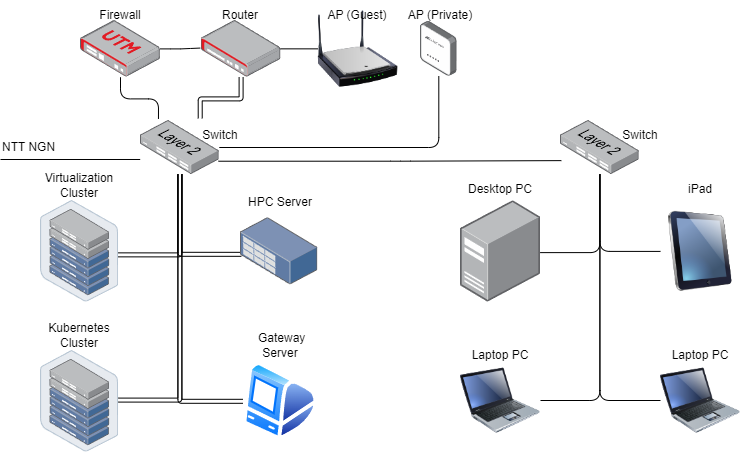
dodolia907/Infra keeps this draw.io diagram as network/design/physical.drawio.png. Above is the earlier version. Source tidied: cells renumbered, new cells last; positions are measured from the earlier drawing's top-left corner, leaving out a move shared by most shapes.
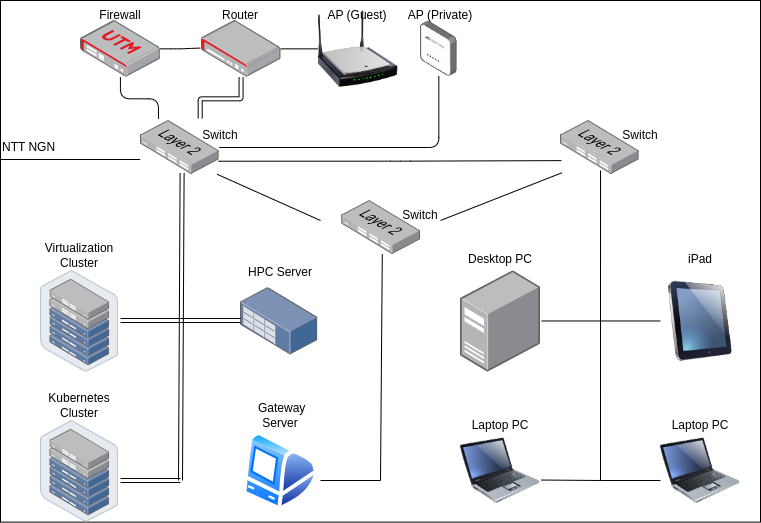
The same file after the commit.

What changed in the source:
```diff
@@ -2,11 +2,14 @@
   <root>
     <mxCell id="0" />
     <mxCell id="1" parent="0" />
+    <mxCell id="46" style="rounded=0;whiteSpace=wrap;html=1;" parent="1" vertex="1">
+      <mxGeometry y="-70" width="760" height="521.6" as="geometry" />
+    </mxCell>
     <mxCell id="2" style="edgeStyle=orthogonalEdgeStyle;html=1;shape=link;entryX=0.758;entryY=-0.04;entryDx=0;entryDy=0;entryPerimeter=0;" parent="1" edge="1" source="3" target="14">
       <mxGeometry relative="1" as="geometry" />
     </mxCell>
     <mxCell id="3" style="points=[];html=1;align=center;shadow=0;dashed=0;image;image=img/lib/allied_telesis/security/Router_VPN.svg;" parent="1" vertex="1">
-      <mxGeometry x="200.6" y="20" width="79.9" height="56.7" as="geometry" />
+      <mxGeometry x="200.6" y="-50" width="79.9" height="56.7" as="geometry" />
     </mxCell>
     <mxCell id="4" style="edgeStyle=orthogonalEdgeStyle;html=1;entryX=0.228;entryY=-0.029;entryDx=0;entryDy=0;entryPerimeter=0;endArrow=none;endFill=0;" parent="1" edge="1" source="6" target="14">
       <mxGeometry relative="1" as="geometry" />
@@ -15,7 +18,7 @@
       <mxGeometry relative="1" as="geometry" />
     </mxCell>
     <mxCell id="6" style="points=[];html=1;align=center;shadow=0;dashed=0;image;image=img/lib/allied_telesis/security/Router_UTM.svg;" parent="1" vertex="1">
-      <mxGeometry x="80" y="20" width="79.9" height="56.7" as="geometry" />
+      <mxGeometry x="80" y="-50" width="79.9" height="56.7" as="geometry" />
     </mxCell>
     <mxCell id="7" style="edgeStyle=orthogonalEdgeStyle;html=1;startArrow=none;startFill=0;endArrow=none;endFill=0;exitX=0.994;exitY=0.5;exitDx=0;exitDy=0;exitPerimeter=0;" parent="1" edge="1" source="3" target="19">
       <mxGeometry relative="1" as="geometry" />
@@ -26,104 +29,47 @@
     <mxCell id="9" style="edgeStyle=orthogonalEdgeStyle;html=1;entryX=0.011;entryY=0.743;entryDx=0;entryDy=0;entryPerimeter=0;startArrow=none;startFill=0;endArrow=none;endFill=0;exitX=0.99;exitY=0.754;exitDx=0;exitDy=0;exitPerimeter=0;" parent="1" edge="1" source="14" target="28">
       <mxGeometry relative="1" as="geometry">
         <Array as="points">
-          <mxPoint x="400" y="161" />
+          <mxPoint x="400" y="91" />
         </Array>
       </mxGeometry>
     </mxCell>
-    <mxCell id="10" style="edgeStyle=orthogonalEdgeStyle;html=1;entryX=0.991;entryY=0.535;entryDx=0;entryDy=0;entryPerimeter=0;startArrow=none;startFill=0;endArrow=none;endFill=0;shape=link;" parent="1" edge="1" source="14" target="30">
-      <mxGeometry relative="1" as="geometry">
-        <Array as="points">
-          <mxPoint x="179" y="254" />
-          <mxPoint x="117" y="254" />
-        </Array>
-      </mxGeometry>
-    </mxCell>
-    <mxCell id="11" style="edgeStyle=orthogonalEdgeStyle;shape=link;html=1;entryX=0.997;entryY=0.488;entryDx=0;entryDy=0;entryPerimeter=0;startArrow=none;startFill=0;endArrow=none;endFill=0;" parent="1" edge="1" source="14" target="32">
-      <mxGeometry relative="1" as="geometry">
-        <Array as="points">
-          <mxPoint x="179" y="400" />
-        </Array>
-      </mxGeometry>
-    </mxCell>
-    <mxCell id="12" style="edgeStyle=orthogonalEdgeStyle;shape=link;html=1;startArrow=none;startFill=0;endArrow=none;endFill=0;entryX=0.011;entryY=0.545;entryDx=0;entryDy=0;entryPerimeter=0;" parent="1" edge="1" source="14" target="34">
-      <mxGeometry relative="1" as="geometry">
-        <Array as="points">
-          <mxPoint x="179" y="254" />
-        </Array>
-      </mxGeometry>
-    </mxCell>
-    <mxCell id="13" style="edgeStyle=orthogonalEdgeStyle;shape=link;html=1;entryX=0;entryY=0.5;entryDx=0;entryDy=0;startArrow=none;startFill=0;endArrow=none;endFill=0;" parent="1" edge="1" source="14" target="36">
-      <mxGeometry relative="1" as="geometry">
-        <Array as="points">
-          <mxPoint x="179" y="401" />
-        </Array>
-      </mxGeometry>
-    </mxCell>
     <mxCell id="14" style="points=[];html=1;align=center;shadow=0;dashed=0;image;image=img/lib/allied_telesis/switch/Switch_24_port_L2.svg;" parent="1" vertex="1">
-      <mxGeometry x="140" y="120" width="78.8" height="54" as="geometry" />
+      <mxGeometry x="140" y="50" width="78.8" height="54" as="geometry" />
     </mxCell>
     <mxCell id="15" value="Firewall" style="text;html=1;strokeColor=none;fillColor=none;align=center;verticalAlign=middle;whiteSpace=wrap;rounded=0;" parent="1" vertex="1">
-      <mxGeometry x="79.9" width="80" height="30" as="geometry" />
+      <mxGeometry x="79.9" y="-70" width="80" height="30" as="geometry" />
     </mxCell>
     <mxCell id="16" value="Router" style="text;html=1;strokeColor=none;fillColor=none;align=center;verticalAlign=middle;whiteSpace=wrap;rounded=0;" parent="1" vertex="1">
-      <mxGeometry x="200.4" width="80" height="30" as="geometry" />
+      <mxGeometry x="200.4" y="-70" width="80" height="30" as="geometry" />
     </mxCell>
     <mxCell id="17" style="endArrow=none;html=1;entryX=-0.004;entryY=0.722;entryDx=0;entryDy=0;entryPerimeter=0;startArrow=none;startFill=0;" parent="1" edge="1" target="14">
       <mxGeometry relative="1" as="geometry">
-        <mxPoint y="159" as="sourcePoint" />
+        <mxPoint y="89" as="sourcePoint" />
       </mxGeometry>
     </mxCell>
     <mxCell id="18" value="NTT NGN" style="text;html=1;strokeColor=none;fillColor=none;align=left;verticalAlign=middle;whiteSpace=wrap;rounded=0;" parent="1" vertex="1">
-      <mxGeometry y="132" width="60" height="30" as="geometry" />
+      <mxGeometry y="62" width="60" height="30" as="geometry" />
     </mxCell>
     <mxCell id="19" style="image;html=1;image=img/lib/clip_art/networking/Wireless_Router_N_128x128.png;" parent="1" vertex="1">
-      <mxGeometry x="317.4" y="8.3" width="80" height="80" as="geometry" />
+      <mxGeometry x="317.4" y="-61.7" width="80" height="80" as="geometry" />
     </mxCell>
     <mxCell id="20" style="points=[];html=1;align=center;shadow=0;dashed=0;image;image=img/lib/allied_telesis/wireless/Access_Point_Indoor.svg;" parent="1" vertex="1">
-      <mxGeometry x="420" y="21" width="36.6" height="54.6" as="geometry" />
+      <mxGeometry x="420" y="-49" width="36.6" height="54.6" as="geometry" />
     </mxCell>
     <mxCell id="21" value="AP (Private)" style="text;html=1;strokeColor=none;fillColor=none;align=center;verticalAlign=middle;whiteSpace=wrap;rounded=0;" parent="1" vertex="1">
-      <mxGeometry x="400" width="80" height="30" as="geometry" />
+      <mxGeometry x="400" y="-70" width="80" height="30" as="geometry" />
     </mxCell>
     <mxCell id="22" value="AP (Guest)" style="text;html=1;strokeColor=none;fillColor=none;align=center;verticalAlign=middle;whiteSpace=wrap;rounded=0;" parent="1" vertex="1">
-      <mxGeometry x="317.4" width="80" height="30" as="geometry" />
+      <mxGeometry x="317.4" y="-70" width="80" height="30" as="geometry" />
     </mxCell>
     <mxCell id="23" value="Switch" style="text;html=1;strokeColor=none;fillColor=none;align=center;verticalAlign=middle;whiteSpace=wrap;rounded=0;" parent="1" vertex="1">
-      <mxGeometry x="180" y="120" width="80" height="30" as="geometry" />
+      <mxGeometry x="180" y="50" width="80" height="30" as="geometry" />
     </mxCell>
-    <mxCell id="24" style="edgeStyle=orthogonalEdgeStyle;html=1;entryX=0.996;entryY=0.512;entryDx=0;entryDy=0;entryPerimeter=0;startArrow=none;startFill=0;endArrow=none;endFill=0;" parent="1" edge="1" source="28" target="38">
-      <mxGeometry relative="1" as="geometry">
-        <Array as="points">
-          <mxPoint x="599" y="252" />
-        </Array>
-      </mxGeometry>
-    </mxCell>
-    <mxCell id="25" style="edgeStyle=orthogonalEdgeStyle;html=1;entryX=0;entryY=0.5;entryDx=0;entryDy=0;startArrow=none;startFill=0;endArrow=none;endFill=0;" parent="1" edge="1" source="28" target="42">
-      <mxGeometry relative="1" as="geometry">
-        <Array as="points">
-          <mxPoint x="599" y="251" />
-        </Array>
-      </mxGeometry>
-    </mxCell>
-    <mxCell id="26" style="edgeStyle=orthogonalEdgeStyle;html=1;entryX=0;entryY=0.5;entryDx=0;entryDy=0;startArrow=none;startFill=0;endArrow=none;endFill=0;" parent="1" edge="1" source="28" target="41">
-      <mxGeometry relative="1" as="geometry">
-        <Array as="points">
-          <mxPoint x="599" y="400" />
-        </Array>
-      </mxGeometry>
-    </mxCell>
-    <mxCell id="27" style="edgeStyle=orthogonalEdgeStyle;html=1;entryX=1;entryY=0.5;entryDx=0;entryDy=0;startArrow=none;startFill=0;endArrow=none;endFill=0;" parent="1" edge="1" source="28" target="40">
-      <mxGeometry relative="1" as="geometry">
-        <Array as="points">
-          <mxPoint x="599" y="400" />
-        </Array>
-      </mxGeometry>
-    </mxCell>
     <mxCell id="28" style="points=[];html=1;align=center;shadow=0;dashed=0;image;image=img/lib/allied_telesis/switch/Switch_24_port_L2.svg;" parent="1" vertex="1">
-      <mxGeometry x="560" y="120" width="78.8" height="54" as="geometry" />
+      <mxGeometry x="560" y="50" width="78.8" height="54" as="geometry" />
     </mxCell>
     <mxCell id="29" value="Switch" style="text;html=1;strokeColor=none;fillColor=none;align=center;verticalAlign=middle;whiteSpace=wrap;rounded=0;" parent="1" vertex="1">
-      <mxGeometry x="600" y="120" width="80" height="30" as="geometry" />
+      <mxGeometry x="600" y="50" width="80" height="30" as="geometry" />
     </mxCell>
     <mxCell id="30" style="points=[];html=1;align=center;shadow=0;dashed=0;image;image=img/lib/allied_telesis/storage/Datacenter_Server_Half_Rack_ToR.svg;" parent="1" vertex="1">
       <mxGeometry x="40" y="200" width="78.2" height="101.6" as="geometry" />
@@ -173,5 +119,83 @@
     <mxCell id="45" value="Laptop PC" style="text;html=1;strokeColor=none;fillColor=none;align=center;verticalAlign=middle;whiteSpace=wrap;rounded=0;" parent="1" vertex="1">
       <mxGeometry x="660" y="340" width="80" height="30" as="geometry" />
     </mxCell>
+    <mxCell id="47" style="endArrow=none;html=1;entryX=0.528;entryY=0.978;entryDx=0;entryDy=0;entryPerimeter=0;shape=link;" parent="1" edge="1" target="14">
+      <mxGeometry relative="1" as="geometry">
+        <mxPoint x="180" y="410" as="sourcePoint" />
+      </mxGeometry>
+    </mxCell>
+    <mxCell id="48" style="endArrow=none;html=1;shape=link;" parent="1" edge="1">
+      <mxGeometry relative="1" as="geometry">
+        <mxPoint x="120" y="410" as="sourcePoint" />
+        <mxPoint x="180" y="410" as="targetPoint" />
+      </mxGeometry>
+    </mxCell>
+    <mxCell id="49" style="endArrow=none;html=1;shape=link;" parent="1" edge="1">
+      <mxGeometry relative="1" as="geometry">
+        <mxPoint x="180" y="250" as="sourcePoint" />
+        <mxPoint x="240" y="250" as="targetPoint" />
+      </mxGeometry>
+    </mxCell>
+    <mxCell id="50" style="endArrow=none;html=1;shape=link;" parent="1" edge="1">
+      <mxGeometry relative="1" as="geometry">
+        <mxPoint x="120" y="250" as="sourcePoint" />
+        <mxPoint x="180" y="250" as="targetPoint" />
+      </mxGeometry>
+    </mxCell>
+    <mxCell id="51" style="endArrow=none;html=1;entryX=0.508;entryY=0.926;entryDx=0;entryDy=0;entryPerimeter=0;" parent="1" edge="1" target="28">
+      <mxGeometry relative="1" as="geometry">
+        <mxPoint x="600" y="410" as="sourcePoint" />
+      </mxGeometry>
+    </mxCell>
+    <mxCell id="52" style="endArrow=none;html=1;exitX=1.008;exitY=0.619;exitDx=0;exitDy=0;exitPerimeter=0;" parent="1" edge="1" source="40">
+      <mxGeometry relative="1" as="geometry">
+        <mxPoint x="600" y="410" as="targetPoint" />
+      </mxGeometry>
+    </mxCell>
+    <mxCell id="53" style="endArrow=none;html=1;" parent="1" edge="1">
+      <mxGeometry relative="1" as="geometry">
+        <mxPoint x="600" y="410" as="sourcePoint" />
+        <mxPoint x="660" y="410" as="targetPoint" />
+      </mxGeometry>
+    </mxCell>
+    <mxCell id="54" style="endArrow=none;html=1;exitX=1.008;exitY=0.619;exitDx=0;exitDy=0;exitPerimeter=0;" parent="1" edge="1">
+      <mxGeometry relative="1" as="geometry">
+        <mxPoint x="541" y="250.5" as="sourcePoint" />
+        <mxPoint x="600" y="250.5" as="targetPoint" />
+      </mxGeometry>
+    </mxCell>
+    <mxCell id="55" style="endArrow=none;html=1;" parent="1" edge="1">
+      <mxGeometry relative="1" as="geometry">
+        <mxPoint x="600" y="250.5" as="sourcePoint" />
+        <mxPoint x="660" y="250.5" as="targetPoint" />
+      </mxGeometry>
+    </mxCell>
+    <mxCell id="56" style="points=[];html=1;align=center;shadow=0;dashed=0;image;image=img/lib/allied_telesis/switch/Switch_24_port_L2.svg;" parent="1" vertex="1">
+      <mxGeometry x="341.2" y="130" width="78.8" height="54" as="geometry" />
+    </mxCell>
+    <mxCell id="57" value="Switch" style="text;html=1;strokeColor=none;fillColor=none;align=center;verticalAlign=middle;whiteSpace=wrap;rounded=0;" parent="1" vertex="1">
+      <mxGeometry x="380" y="130" width="80" height="30" as="geometry" />
+    </mxCell>
+    <mxCell id="58" style="endArrow=none;html=1;exitX=0.973;exitY=0.996;exitDx=0;exitDy=0;exitPerimeter=0;" parent="1" edge="1" source="14">
+      <mxGeometry relative="1" as="geometry">
+        <mxPoint x="320" y="150" as="targetPoint" />
+      </mxGeometry>
+    </mxCell>
+    <mxCell id="59" style="endArrow=none;html=1;entryX=0.016;entryY=0.969;entryDx=0;entryDy=0;entryPerimeter=0;" parent="1" edge="1" target="28">
+      <mxGeometry relative="1" as="geometry">
+        <mxPoint x="440" y="150" as="sourcePoint" />
+      </mxGeometry>
+    </mxCell>
+    <mxCell id="60" style="endArrow=none;html=1;entryX=0.515;entryY=0.99;entryDx=0;entryDy=0;entryPerimeter=0;" parent="1" edge="1" target="56">
+      <mxGeometry relative="1" as="geometry">
+        <mxPoint x="380" y="410" as="sourcePoint" />
+      </mxGeometry>
+    </mxCell>
+    <mxCell id="61" style="endArrow=none;html=1;" parent="1" edge="1">
+      <mxGeometry relative="1" as="geometry">
+        <mxPoint x="320" y="410" as="sourcePoint" />
+        <mxPoint x="380" y="410" as="targetPoint" />
+      </mxGeometry>
+    </mxCell>
   </root>
 </mxGraphModel>
```
